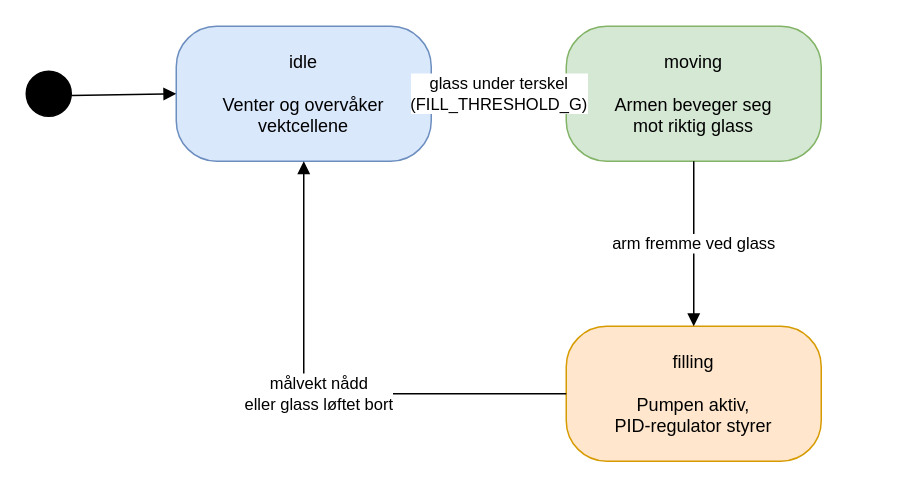
This is Diagramer/Tilstandsdiagram.drawio from Nikdane12/Innebygde-Systemer-Semester-Projektet, a draw.io file, before an edit. Source tidied: cells renumbered, new cells numbered last; positions are measured from the earlier drawing's top-left corner, leaving out a move shared by most shapes. Both pictures are drawn from the tidied source at 150%, with x=0, y=0 at pixel (26, 26).
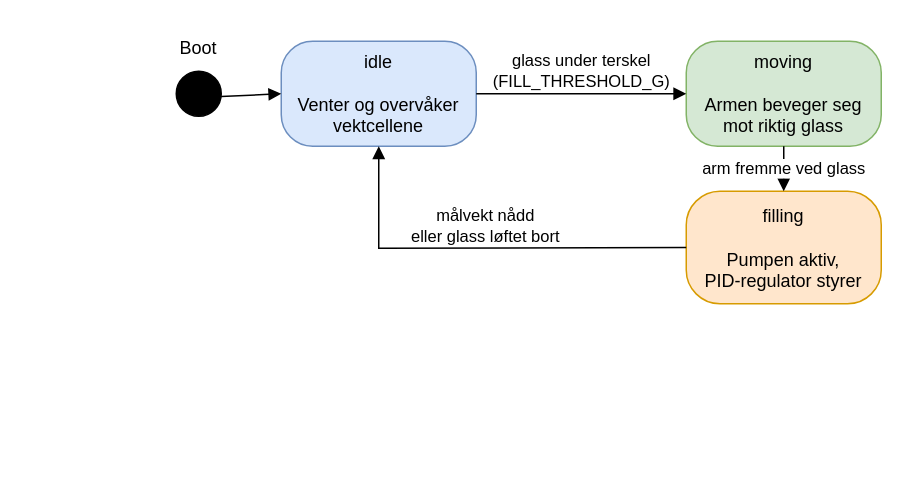
After the change.

Diff of the diagram source:
```diff
@@
 <mxGraphModel>
   <root>
     <mxCell id="0" />
     <mxCell id="1" parent="0" />
     <mxCell id="2" style="ellipse;html=1;fillColor=#000000;strokeColor=#000000;" parent="1" vertex="1">
-      <mxGeometry y="30" width="30" height="30" as="geometry" />
+      <mxGeometry x="100" y="30" width="30" height="30" as="geometry" />
     </mxCell>
     <mxCell id="3" value="idle&#10;&#10;Venter og overvåker&#10;vektcellene" style="rounded=1;arcSize=30;html=1;whiteSpace=wrap;fillColor=#dae8fc;strokeColor=#6c8ebf;verticalAlign=middle;fontSize=12;" parent="1" vertex="1">
-      <mxGeometry x="100" width="170" height="90" as="geometry" />
+      <mxGeometry x="170" y="10" width="130" height="70" as="geometry" />
     </mxCell>
     <mxCell id="4" value="moving&#10;&#10;Armen beveger seg&#10;mot riktig glass" style="rounded=1;arcSize=30;html=1;whiteSpace=wrap;fillColor=#d5e8d4;strokeColor=#82b366;verticalAlign=middle;fontSize=12;" parent="1" vertex="1">
-      <mxGeometry x="360" width="170" height="90" as="geometry" />
+      <mxGeometry x="440" y="10" width="130" height="70" as="geometry" />
     </mxCell>
     <mxCell id="5" value="filling&#10;&#10;Pumpen aktiv,&#10;PID-regulator styrer" style="rounded=1;arcSize=30;html=1;whiteSpace=wrap;fillColor=#ffe6cc;strokeColor=#d79b00;verticalAlign=middle;fontSize=12;" parent="1" vertex="1">
-      <mxGeometry x="360" y="200" width="170" height="90" as="geometry" />
+      <mxGeometry x="440" y="110" width="130" height="75" as="geometry" />
     </mxCell>
     <mxCell id="6" style="endArrow=block;html=1;rounded=0;" parent="1" edge="1" source="2" target="3">
       <mxGeometry relative="1" as="geometry" />
     </mxCell>
     <mxCell id="7" value="glass under terskel&#10;(FILL_THRESHOLD_G)" style="endArrow=block;html=1;rounded=0;fontSize=11;exitX=1;exitY=0.5;exitDx=0;exitDy=0;entryX=0;entryY=0.5;entryDx=0;entryDy=0;" parent="1" edge="1" source="3" target="4">
-      <mxGeometry relative="1" as="geometry" />
+      <mxGeometry y="15" relative="1" as="geometry" />
     </mxCell>
     <mxCell id="8" value="arm fremme ved glass" style="endArrow=block;html=1;rounded=0;fontSize=11;exitX=0.5;exitY=1;exitDx=0;exitDy=0;entryX=0.5;entryY=0;entryDx=0;entryDy=0;" parent="1" edge="1" source="4" target="5">
       <mxGeometry relative="1" as="geometry" />
     </mxCell>
     <mxCell id="9" value="målvekt nådd&#10;eller glass løftet bort" style="endArrow=block;html=1;rounded=0;fontSize=11;exitX=0;exitY=0.5;exitDx=0;exitDy=0;entryX=0.5;entryY=1;entryDx=0;entryDy=0;" parent="1" edge="1" source="5" target="3">
-      <mxGeometry relative="1" as="geometry">
+      <mxGeometry x="-0.02" y="-15" relative="1" as="geometry">
         <Array as="points">
-          <mxPoint x="185" y="245" />
+          <mxPoint x="235" y="148" />
         </Array>
       </mxGeometry>
     </mxCell>
+    <mxCell id="10" value="Boot" style="text;html=1;whiteSpace=wrap;strokeColor=none;fillColor=none;align=center;verticalAlign=middle;rounded=0;" parent="1" vertex="1">
+      <mxGeometry x="85" width="60" height="30" as="geometry" />
+    </mxCell>
   </root>
 </mxGraphModel>
```
